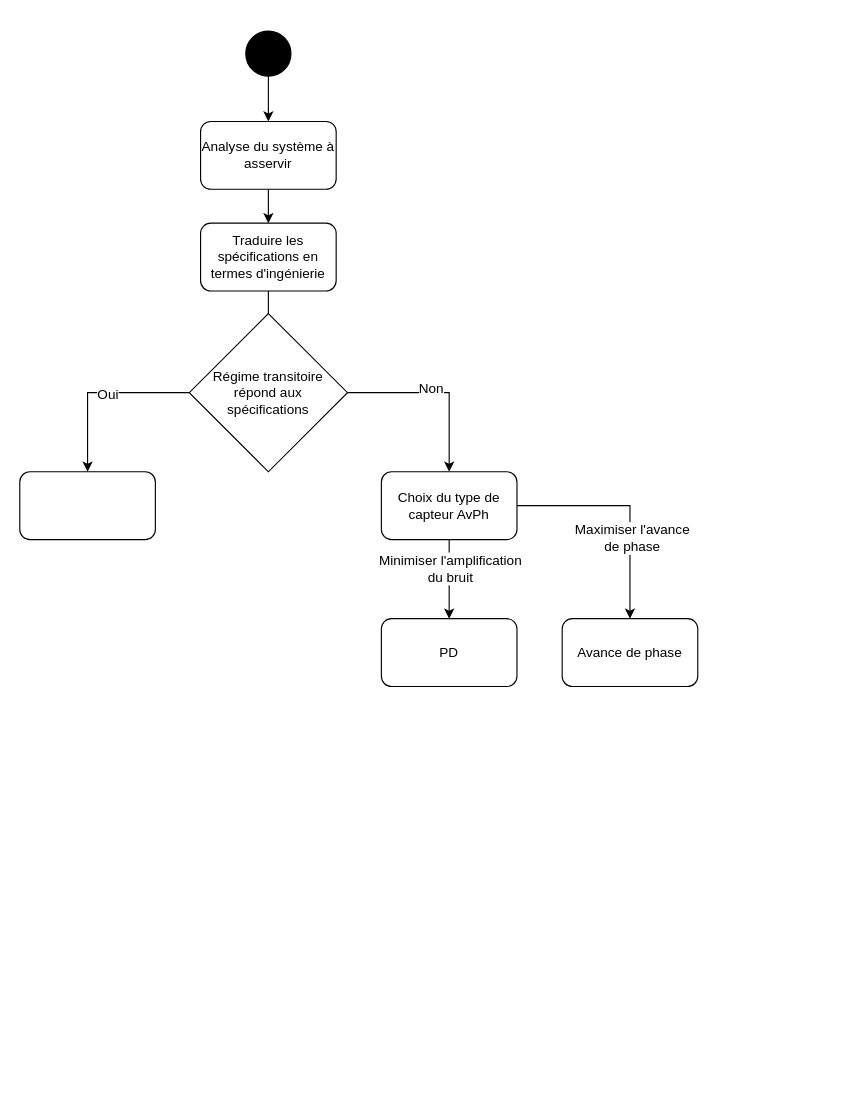
Before: Rapport/diagramme.drawio in lavg2007/app5, a draw.io diagram. Source tidied: cells renumbered, new cells numbered last; positions are measured from the earlier drawing's top-left corner, leaving out a move shared by most shapes. Both pictures are drawn from the tidied source at 113%, with x=0, y=0 at pixel (19, 31).
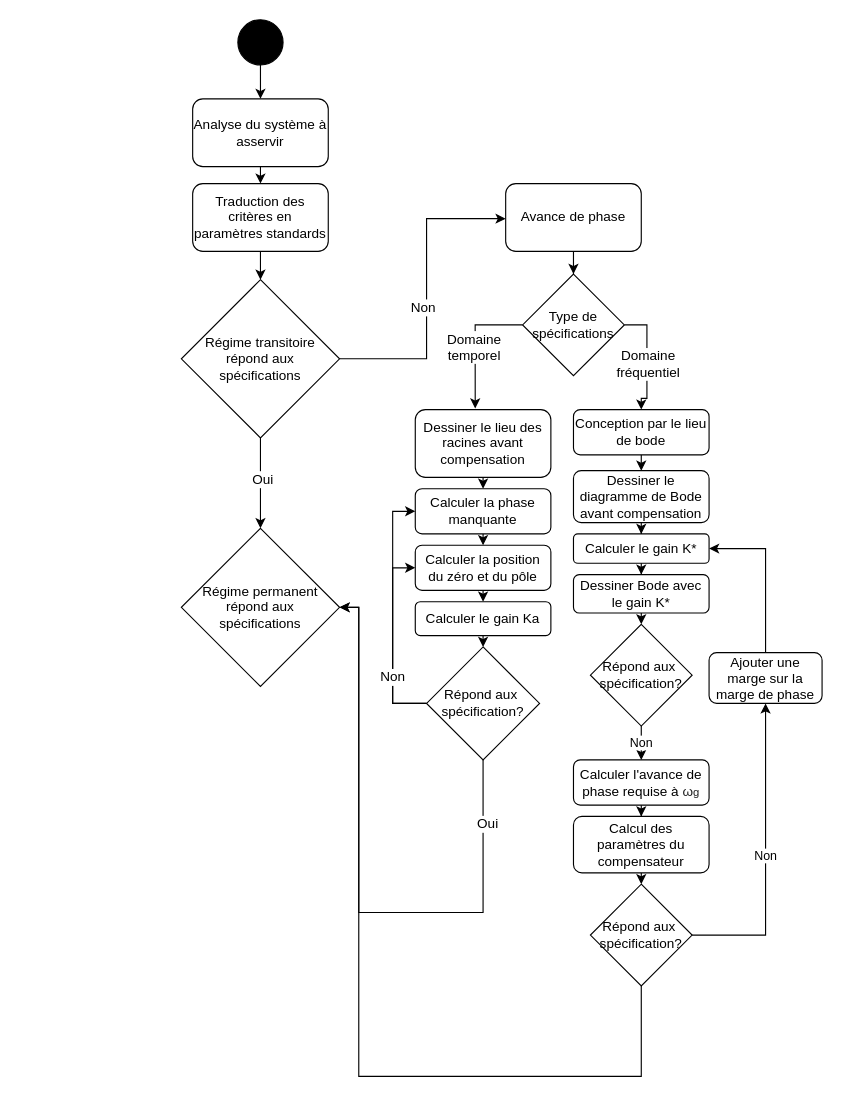
The same page after the edit.

The edit, as a diff of the source:
```diff
@@
     <mxCell id="3" style="ellipse;whiteSpace=wrap;html=1;fillColor=#000000;" parent="1" vertex="1">
-      <mxGeometry x="200" width="40" height="40" as="geometry" />
+      <mxGeometry x="193" y="-10" width="40" height="40" as="geometry" />
     </mxCell>
-    <mxCell id="4" style="edgeStyle=orthogonalEdgeStyle;rounded=0;jettySize=auto;html=1;entryX=0.5;entryY=0;entryDx=0;entryDy=0;" parent="1" edge="1" source="5" target="7">
-      <mxGeometry relative="1" as="geometry" />
-    </mxCell>
+    <mxCell id="21" style="edgeStyle=orthogonalEdgeStyle;rounded=0;jettySize=auto;html=1;exitX=0.5;exitY=1;exitDx=0;exitDy=0;entryX=0.5;entryY=0;entryDx=0;entryDy=0;" parent="1" edge="1" source="5" target="33">
+      <mxGeometry relative="1" as="geometry" />
+    </mxCell>
     <mxCell id="5" value="Analyse du système à asservir" style="rounded=1;whiteSpace=wrap;html=1;fillColor=#FFFFFF;" parent="1" vertex="1">
-      <mxGeometry x="160" y="80" width="120" height="60" as="geometry" />
+      <mxGeometry x="153" y="60" width="120" height="60" as="geometry" />
     </mxCell>
-    <mxCell id="6" style="edgeStyle=orthogonalEdgeStyle;rounded=0;jettySize=auto;html=1;entryX=0.5;entryY=0;entryDx=0;entryDy=0;" parent="1" edge="1" source="7">
-      <mxGeometry relative="1" as="geometry">
-        <mxPoint x="220" y="280" as="targetPoint" />
-      </mxGeometry>
-    </mxCell>
-    <mxCell id="7" value="Traduire les spécifications en termes d'ingénierie" style="rounded=1;whiteSpace=wrap;html=1;fillColor=#FFFFFF;" parent="1" vertex="1">
-      <mxGeometry x="160" y="170" width="120" height="60" as="geometry" />
-    </mxCell>
-    <mxCell id="8" style="edgeStyle=orthogonalEdgeStyle;rounded=0;jettySize=auto;html=1;entryX=0.5;entryY=0;entryDx=0;entryDy=0;" parent="1" edge="1" source="12" target="13">
+    <mxCell id="8" style="edgeStyle=orthogonalEdgeStyle;rounded=0;jettySize=auto;html=1;entryX=0.5;entryY=0;entryDx=0;entryDy=0;" parent="1" edge="1" source="12" target="63">
       <mxGeometry relative="1" as="geometry" />
     </mxCell>
@@
-    <mxCell id="10" style="edgeStyle=orthogonalEdgeStyle;rounded=0;jettySize=auto;html=1;entryX=0.5;entryY=0;entryDx=0;entryDy=0;" parent="1" edge="1" source="12" target="18">
-      <mxGeometry relative="1" as="geometry" />
+    <mxCell id="10" style="edgeStyle=orthogonalEdgeStyle;rounded=0;jettySize=auto;html=1;" parent="1" edge="1" source="12" target="20">
+      <mxGeometry relative="1" as="geometry">
+        <Array as="points">
+          <mxPoint x="360" y="290" />
+          <mxPoint x="360" y="166" />
+        </Array>
+      </mxGeometry>
     </mxCell>
@@
     <mxCell id="12" value="Régime transitoire répond aux &lt;br&gt;spécifications" style="rhombus;whiteSpace=wrap;html=1;fillColor=#FFFFFF;" parent="1" vertex="1">
-      <mxGeometry x="150" y="250" width="140" height="140" as="geometry" />
+      <mxGeometry x="143" y="220" width="140" height="140" as="geometry" />
     </mxCell>
-    <mxCell id="13" style="rounded=1;whiteSpace=wrap;html=1;fillColor=#FFFFFF;" parent="1" vertex="1">
-      <mxGeometry y="390" width="120" height="60" as="geometry" />
-    </mxCell>
-    <mxCell id="14" style="edgeStyle=orthogonalEdgeStyle;rounded=0;jettySize=auto;html=1;entryX=0.5;entryY=0;entryDx=0;entryDy=0;" parent="1" edge="1" source="18" target="19">
-      <mxGeometry relative="1" as="geometry" />
-    </mxCell>
-    <mxCell id="15" value="Minimiser l'amplification &lt;br&gt;du bruit" style="text;html=1;align=center;verticalAlign=middle;labelBackgroundColor=#ffffff;" parent="14" vertex="1">
-      <mxGeometry x="-0.28" relative="1" as="geometry" />
-    </mxCell>
-    <mxCell id="16" style="edgeStyle=orthogonalEdgeStyle;rounded=0;jettySize=auto;html=1;exitX=1;exitY=0.5;exitDx=0;exitDy=0;entryX=0.5;entryY=0;entryDx=0;entryDy=0;" parent="1" edge="1" source="18" target="20">
-      <mxGeometry relative="1" as="geometry" />
-    </mxCell>
-    <mxCell id="17" value="Maximiser l'avance &lt;br&gt;de phase" style="text;html=1;align=center;verticalAlign=middle;labelBackgroundColor=#ffffff;" parent="16" vertex="1">
-      <mxGeometry y="-28" relative="1" as="geometry">
-        <mxPoint x="29" y="28" as="offset" />
-      </mxGeometry>
-    </mxCell>
-    <mxCell id="18" value="Choix du type de capteur AvPh" style="rounded=1;whiteSpace=wrap;html=1;fillColor=#FFFFFF;" parent="1" vertex="1">
-      <mxGeometry x="320" y="390" width="120" height="60" as="geometry" />
-    </mxCell>
-    <mxCell id="19" value="PD" style="rounded=1;whiteSpace=wrap;html=1;fillColor=#FFFFFF;" parent="1" vertex="1">
-      <mxGeometry x="320" y="520" width="120" height="60" as="geometry" />
-    </mxCell>
+    <mxCell id="22" style="edgeStyle=orthogonalEdgeStyle;rounded=0;jettySize=auto;html=1;entryX=0.5;entryY=0;entryDx=0;entryDy=0;" parent="1" edge="1" source="20" target="27">
+      <mxGeometry relative="1" as="geometry" />
+    </mxCell>
     <mxCell id="20" value="Avance de phase" style="rounded=1;whiteSpace=wrap;html=1;fillColor=#FFFFFF;" parent="1" vertex="1">
-      <mxGeometry x="480" y="520" width="120" height="60" as="geometry" />
+      <mxGeometry x="430" y="135" width="120" height="60" as="geometry" />
     </mxCell>
+    <mxCell id="23" style="edgeStyle=orthogonalEdgeStyle;rounded=0;jettySize=auto;html=1;exitX=0;exitY=0.5;exitDx=0;exitDy=0;entryX=0.442;entryY=-0.017;entryDx=0;entryDy=0;entryPerimeter=0;" parent="1" edge="1" source="27" target="29">
+      <mxGeometry relative="1" as="geometry" />
+    </mxCell>
+    <mxCell id="24" value="Domaine &lt;br&gt;temporel" style="text;html=1;align=center;verticalAlign=middle;labelBackgroundColor=#ffffff;" parent="23" vertex="1">
+      <mxGeometry x="-0.28" y="20" relative="1" as="geometry">
+        <mxPoint x="-21" y="20" as="offset" />
+      </mxGeometry>
+    </mxCell>
+    <mxCell id="25" style="edgeStyle=orthogonalEdgeStyle;rounded=0;jettySize=auto;html=1;exitX=1;exitY=0.5;exitDx=0;exitDy=0;entryX=0.5;entryY=0;entryDx=0;entryDy=0;" parent="1" edge="1" source="27" target="31">
+      <mxGeometry relative="1" as="geometry" />
+    </mxCell>
+    <mxCell id="26" value="Domaine &lt;br&gt;fréquentiel" style="text;html=1;align=center;verticalAlign=middle;labelBackgroundColor=#ffffff;" parent="25" vertex="1">
+      <mxGeometry x="-0.36" y="-22" relative="1" as="geometry">
+        <mxPoint x="22" y="22" as="offset" />
+      </mxGeometry>
+    </mxCell>
+    <mxCell id="27" value="Type de spécifications" style="rhombus;whiteSpace=wrap;html=1;fillColor=#FFFFFF;" parent="1" vertex="1">
+      <mxGeometry x="445" y="215" width="90" height="90" as="geometry" />
+    </mxCell>
+    <mxCell id="28" style="edgeStyle=orthogonalEdgeStyle;rounded=0;jettySize=auto;html=1;exitX=0.5;exitY=1;exitDx=0;exitDy=0;entryX=0.5;entryY=0;entryDx=0;entryDy=0;" parent="1" edge="1" source="29" target="35">
+      <mxGeometry relative="1" as="geometry" />
+    </mxCell>
+    <mxCell id="29" value="Dessiner le lieu des racines avant compensation" style="rounded=1;whiteSpace=wrap;html=1;fillColor=#FFFFFF;" parent="1" vertex="1">
+      <mxGeometry x="350" y="335" width="120" height="60" as="geometry" />
+    </mxCell>
+    <mxCell id="30" style="edgeStyle=orthogonalEdgeStyle;rounded=0;jettySize=auto;html=1;exitX=0.5;exitY=1;exitDx=0;exitDy=0;entryX=0.5;entryY=0;entryDx=0;entryDy=0;" parent="1" edge="1" source="31" target="37">
+      <mxGeometry relative="1" as="geometry" />
+    </mxCell>
+    <mxCell id="31" value="Conception par le lieu de bode" style="rounded=1;whiteSpace=wrap;html=1;fillColor=#FFFFFF;" parent="1" vertex="1">
+      <mxGeometry x="490" y="335" width="120" height="40" as="geometry" />
+    </mxCell>
+    <mxCell id="32" style="edgeStyle=orthogonalEdgeStyle;rounded=0;jettySize=auto;html=1;exitX=0.5;exitY=1;exitDx=0;exitDy=0;entryX=0.5;entryY=0;entryDx=0;entryDy=0;" parent="1" edge="1" source="33" target="12">
+      <mxGeometry relative="1" as="geometry" />
+    </mxCell>
+    <mxCell id="33" value="Traduction des critères en paramètres standards" style="rounded=1;whiteSpace=wrap;html=1;fillColor=#FFFFFF;" parent="1" vertex="1">
+      <mxGeometry x="153" y="135" width="120" height="60" as="geometry" />
+    </mxCell>
+    <mxCell id="34" style="edgeStyle=orthogonalEdgeStyle;rounded=0;jettySize=auto;html=1;exitX=0.5;exitY=1;exitDx=0;exitDy=0;entryX=0.5;entryY=0;entryDx=0;entryDy=0;" parent="1" edge="1" source="35" target="43">
+      <mxGeometry relative="1" as="geometry" />
+    </mxCell>
+    <mxCell id="35" value="Calculer la phase manquante" style="rounded=1;whiteSpace=wrap;html=1;fillColor=#FFFFFF;" parent="1" vertex="1">
+      <mxGeometry x="350" y="405" width="120" height="40" as="geometry" />
+    </mxCell>
+    <mxCell id="36" style="edgeStyle=orthogonalEdgeStyle;rounded=0;jettySize=auto;html=1;" parent="1" edge="1" source="37" target="39">
+      <mxGeometry relative="1" as="geometry" />
+    </mxCell>
+    <mxCell id="37" value="Dessiner le diagramme de Bode avant compensation" style="rounded=1;whiteSpace=wrap;html=1;fillColor=#FFFFFF;" parent="1" vertex="1">
+      <mxGeometry x="490" y="389" width="120" height="46" as="geometry" />
+    </mxCell>
+    <mxCell id="38" style="edgeStyle=orthogonalEdgeStyle;rounded=0;jettySize=auto;html=1;" parent="1" edge="1" source="39" target="41">
+      <mxGeometry relative="1" as="geometry" />
+    </mxCell>
+    <mxCell id="39" value="Calculer le gain K*" style="rounded=1;whiteSpace=wrap;html=1;fillColor=#FFFFFF;" parent="1" vertex="1">
+      <mxGeometry x="490" y="445" width="120" height="26" as="geometry" />
+    </mxCell>
+    <mxCell id="40" style="edgeStyle=orthogonalEdgeStyle;rounded=0;jettySize=auto;html=1;exitX=0.5;exitY=1;exitDx=0;exitDy=0;entryX=0.5;entryY=0;entryDx=0;entryDy=0;" parent="1" edge="1" source="41" target="53">
+      <mxGeometry relative="1" as="geometry" />
+    </mxCell>
+    <mxCell id="41" value="Dessiner Bode avec le gain K*" style="rounded=1;whiteSpace=wrap;html=1;fillColor=#FFFFFF;" parent="1" vertex="1">
+      <mxGeometry x="490" y="481" width="120" height="34" as="geometry" />
+    </mxCell>
+    <mxCell id="42" style="edgeStyle=orthogonalEdgeStyle;rounded=0;jettySize=auto;html=1;exitX=0.5;exitY=1;exitDx=0;exitDy=0;entryX=0.5;entryY=0;entryDx=0;entryDy=0;" parent="1" edge="1" source="43" target="45">
+      <mxGeometry relative="1" as="geometry" />
+    </mxCell>
+    <mxCell id="43" value="Calculer la position du zéro et du pôle" style="rounded=1;whiteSpace=wrap;html=1;fillColor=#FFFFFF;" parent="1" vertex="1">
+      <mxGeometry x="350" y="455" width="120" height="40" as="geometry" />
+    </mxCell>
+    <mxCell id="44" style="edgeStyle=orthogonalEdgeStyle;rounded=0;jettySize=auto;html=1;exitX=0.5;exitY=1;exitDx=0;exitDy=0;entryX=0.5;entryY=0;entryDx=0;entryDy=0;" parent="1" edge="1" source="45" target="51">
+      <mxGeometry relative="1" as="geometry" />
+    </mxCell>
+    <mxCell id="45" value="Calculer le gain Ka" style="rounded=1;whiteSpace=wrap;html=1;fillColor=#FFFFFF;" parent="1" vertex="1">
+      <mxGeometry x="350" y="505" width="120" height="30" as="geometry" />
+    </mxCell>
+    <mxCell id="46" style="edgeStyle=orthogonalEdgeStyle;rounded=0;jettySize=auto;html=1;exitX=0;exitY=0.5;exitDx=0;exitDy=0;entryX=0;entryY=0.5;entryDx=0;entryDy=0;" parent="1" edge="1" source="51" target="35">
+      <mxGeometry relative="1" as="geometry" />
+    </mxCell>
+    <mxCell id="47" style="edgeStyle=orthogonalEdgeStyle;rounded=0;jettySize=auto;html=1;exitX=0;exitY=0.5;exitDx=0;exitDy=0;entryX=0;entryY=0.5;entryDx=0;entryDy=0;" parent="1" edge="1" source="51" target="43">
+      <mxGeometry relative="1" as="geometry" />
+    </mxCell>
+    <mxCell id="48" value="Non" style="text;html=1;align=center;verticalAlign=middle;labelBackgroundColor=#ffffff;" parent="47" vertex="1">
+      <mxGeometry x="-0.65" y="-24" relative="1" as="geometry">
+        <mxPoint x="-25" y="-24" as="offset" />
+      </mxGeometry>
+    </mxCell>
+    <mxCell id="49" style="edgeStyle=orthogonalEdgeStyle;rounded=0;jettySize=auto;html=1;entryX=1;entryY=0.5;entryDx=0;entryDy=0;" parent="1" edge="1" source="51" target="63">
+      <mxGeometry relative="1" as="geometry">
+        <Array as="points">
+          <mxPoint x="410" y="780" />
+          <mxPoint x="300" y="780" />
+          <mxPoint x="300" y="510" />
+        </Array>
+      </mxGeometry>
+    </mxCell>
+    <mxCell id="50" value="Oui" style="text;html=1;align=center;verticalAlign=middle;labelBackgroundColor=#ffffff;" parent="49" vertex="1">
+      <mxGeometry x="-0.79" y="3" relative="1" as="geometry" />
+    </mxCell>
+    <mxCell id="51" value="Répond aux&amp;nbsp;&lt;br&gt;spécification?" style="rhombus;whiteSpace=wrap;html=1;fillColor=#FFFFFF;" parent="1" vertex="1">
+      <mxGeometry x="360" y="545" width="100" height="100" as="geometry" />
+    </mxCell>
+    <mxCell id="52" value="Non" style="edgeStyle=orthogonalEdgeStyle;rounded=0;jettySize=auto;html=1;exitX=0.5;exitY=1;exitDx=0;exitDy=0;entryX=0.5;entryY=0;entryDx=0;entryDy=0;" parent="1" edge="1" source="53" target="55">
+      <mxGeometry relative="1" as="geometry" />
+    </mxCell>
+    <mxCell id="53" value="Répond aux&amp;nbsp;&lt;br&gt;spécification?" style="rhombus;whiteSpace=wrap;html=1;fillColor=#FFFFFF;" parent="1" vertex="1">
+      <mxGeometry x="505" y="525" width="90" height="90" as="geometry" />
+    </mxCell>
+    <mxCell id="54" style="edgeStyle=orthogonalEdgeStyle;rounded=0;jettySize=auto;html=1;entryX=0.5;entryY=0;entryDx=0;entryDy=0;" parent="1" edge="1" source="55" target="57">
+      <mxGeometry relative="1" as="geometry" />
+    </mxCell>
+    <mxCell id="55" value="Calculer l'avance de phase requise à&amp;nbsp;&lt;span style=&quot;color: rgb(34 , 34 , 34) ; text-align: left ; background-color: rgb(255 , 255 , 255)&quot;&gt;ω&lt;span style=&quot;font-size: 10px&quot;&gt;g&lt;/span&gt;&lt;/span&gt;" style="rounded=1;whiteSpace=wrap;html=1;fillColor=#FFFFFF;" parent="1" vertex="1">
+      <mxGeometry x="490" y="645" width="120" height="40" as="geometry" />
+    </mxCell>
+    <mxCell id="56" style="edgeStyle=orthogonalEdgeStyle;rounded=0;jettySize=auto;html=1;exitX=0.5;exitY=1;exitDx=0;exitDy=0;entryX=0.5;entryY=0;entryDx=0;entryDy=0;" parent="1" edge="1" source="57" target="60">
+      <mxGeometry relative="1" as="geometry" />
+    </mxCell>
+    <mxCell id="57" value="Calcul des paramètres du compensateur" style="rounded=1;whiteSpace=wrap;html=1;fillColor=#FFFFFF;" parent="1" vertex="1">
+      <mxGeometry x="490" y="695" width="120" height="50" as="geometry" />
+    </mxCell>
+    <mxCell id="58" style="edgeStyle=orthogonalEdgeStyle;rounded=0;jettySize=auto;html=1;entryX=1;entryY=0.5;entryDx=0;entryDy=0;" parent="1" edge="1" source="60" target="63">
+      <mxGeometry relative="1" as="geometry">
+        <Array as="points">
+          <mxPoint x="300" y="925" />
+          <mxPoint x="300" y="510" />
+        </Array>
+      </mxGeometry>
+    </mxCell>
+    <mxCell id="59" value="Non" style="edgeStyle=orthogonalEdgeStyle;rounded=0;jettySize=auto;html=1;entryX=0.5;entryY=1;entryDx=0;entryDy=0;" parent="1" edge="1" source="60" target="62">
+      <mxGeometry relative="1" as="geometry">
+        <Array as="points">
+          <mxPoint x="660" y="800" />
+        </Array>
+      </mxGeometry>
+    </mxCell>
+    <mxCell id="60" value="Répond aux&amp;nbsp;&lt;br&gt;spécification?" style="rhombus;whiteSpace=wrap;html=1;fillColor=#FFFFFF;" parent="1" vertex="1">
+      <mxGeometry x="505" y="755" width="90" height="90" as="geometry" />
+    </mxCell>
+    <mxCell id="61" style="edgeStyle=orthogonalEdgeStyle;rounded=0;jettySize=auto;html=1;exitX=0.5;exitY=0;exitDx=0;exitDy=0;entryX=1;entryY=0.5;entryDx=0;entryDy=0;" parent="1" edge="1" source="62" target="39">
+      <mxGeometry relative="1" as="geometry" />
+    </mxCell>
+    <mxCell id="62" value="Ajouter une marge sur la marge de phase" style="rounded=1;whiteSpace=wrap;html=1;fillColor=#FFFFFF;" parent="1" vertex="1">
+      <mxGeometry x="610" y="550" width="100" height="45" as="geometry" />
+    </mxCell>
+    <mxCell id="63" value="Régime permanent répond aux &lt;br&gt;spécifications" style="rhombus;whiteSpace=wrap;html=1;fillColor=#FFFFFF;" parent="1" vertex="1">
+      <mxGeometry x="143" y="440" width="140" height="140" as="geometry" />
+    </mxCell>
```
